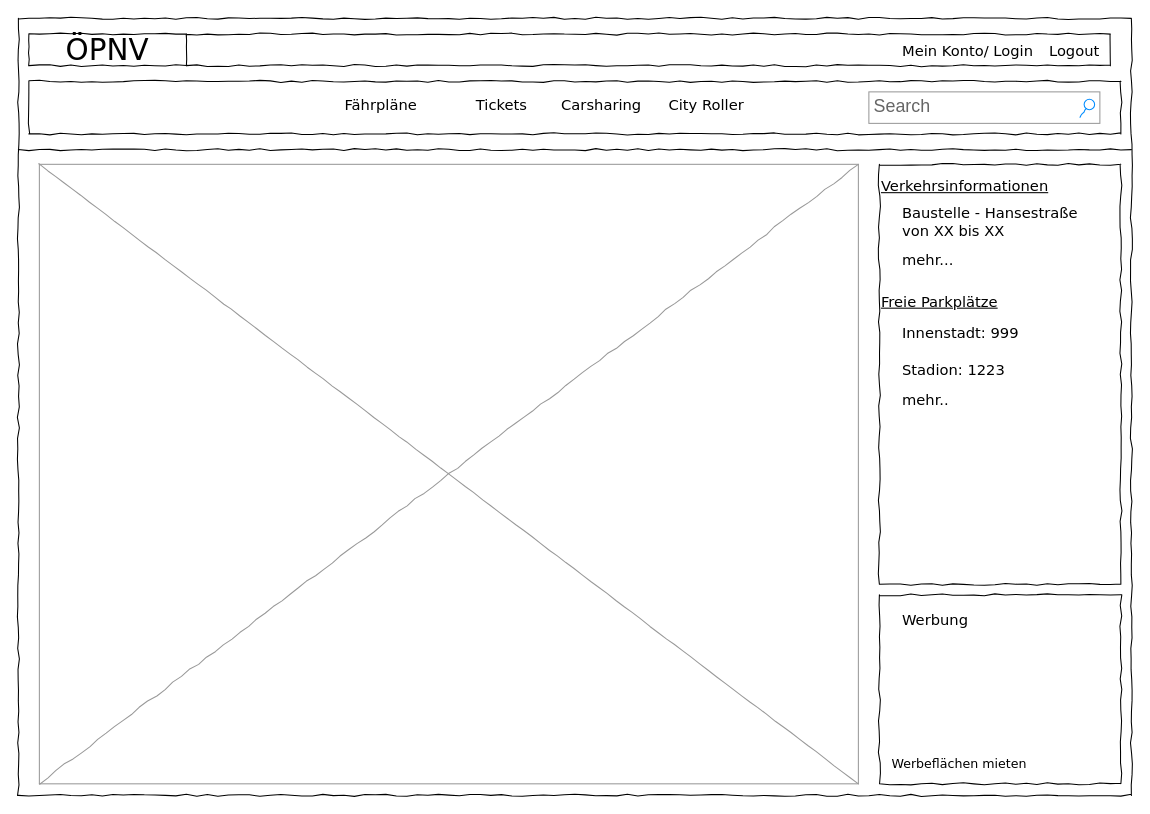
This is docs/alexander_bergmann/draw.io/mockups/startpage.drawio from SGSE-2020/Spezifikation, a draw.io file, before an edit. Source tidied: cells renumbered, new cells numbered last; positions are measured from the earlier drawing's top-left corner, leaving out a move shared by most shapes. Both pictures are drawn from the tidied source at 105%, with x=0, y=0 at pixel (18, 18).
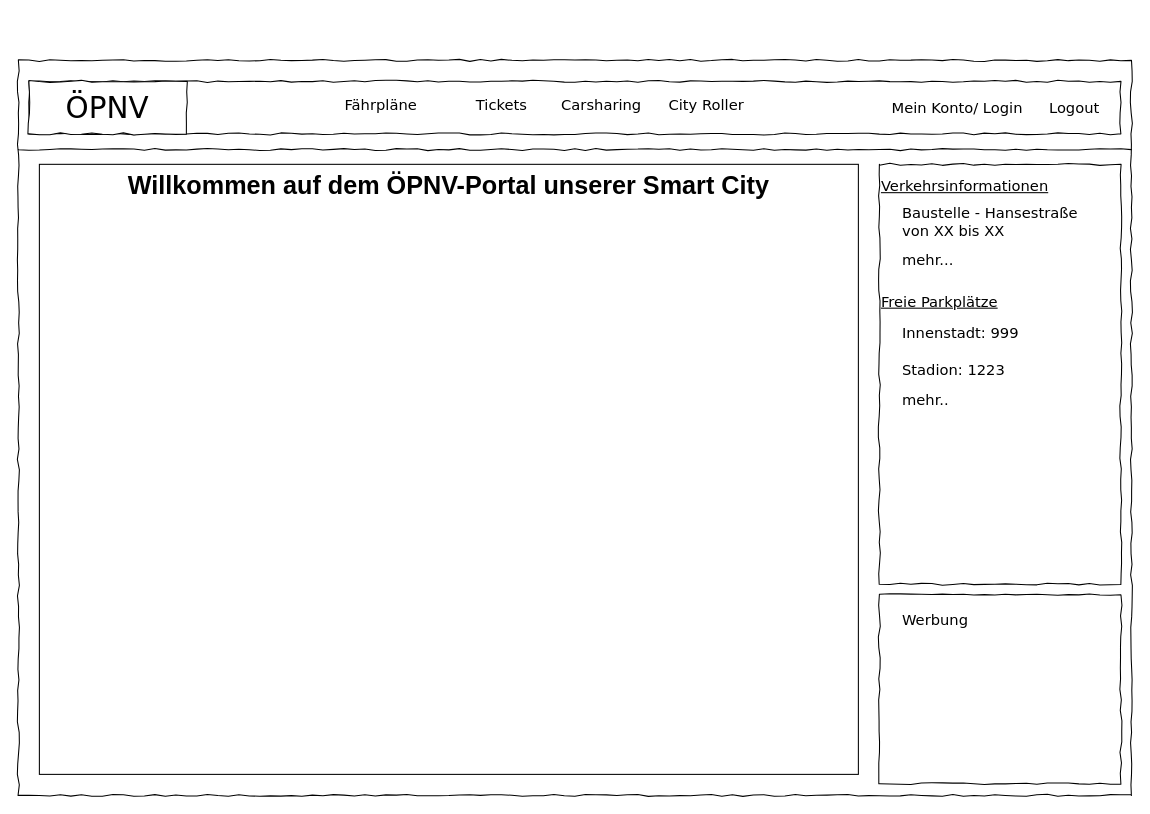
The same page after the edit.

What changed in the source:
```diff
@@
     <mxCell id="2" style="whiteSpace=wrap;html=1;rounded=0;shadow=0;labelBackgroundColor=none;strokeColor=#000000;strokeWidth=1;fillColor=none;fontFamily=Verdana;fontSize=12;fontColor=#000000;align=center;comic=1;" parent="1" vertex="1">
-      <mxGeometry width="1060" height="740" as="geometry" />
+      <mxGeometry y="40" width="1060" height="700" as="geometry" />
     </mxCell>
-    <mxCell id="3" style="whiteSpace=wrap;html=1;rounded=0;shadow=0;labelBackgroundColor=none;strokeWidth=1;fontFamily=Verdana;fontSize=28;align=center;comic=1;" parent="1" vertex="1">
-      <mxGeometry x="160" y="15" width="880" height="30" as="geometry" />
-    </mxCell>
@@
     <mxCell id="5" value="ÖPNV" style="whiteSpace=wrap;html=1;rounded=0;shadow=0;labelBackgroundColor=none;strokeWidth=1;fontFamily=Verdana;fontSize=28;align=center;comic=1;" parent="1" vertex="1">
-      <mxGeometry x="10" y="15" width="150" height="30" as="geometry" />
+      <mxGeometry x="10" y="60" width="150" height="50" as="geometry" />
     </mxCell>
-    <mxCell id="6" value="Search" style="strokeWidth=1;shadow=0;dashed=0;align=center;html=1;shape=mxgraph.mockup.forms.searchBox;strokeColor=#999999;mainText=;strokeColor2=#008cff;fontColor=#666666;fontSize=17;align=left;spacingLeft=3;rounded=0;labelBackgroundColor=none;comic=1;" parent="1" vertex="1">
-      <mxGeometry x="810" y="70" width="220" height="30" as="geometry" />
-    </mxCell>
     <mxCell id="7" value="Mein Konto/ Login" style="text;html=1;align=left;verticalAlign=top;spacingTop=-4;fontSize=14;fontFamily=Verdana;" parent="1" vertex="1">
-      <mxGeometry x="840" y="20" width="130" height="20" as="geometry" />
+      <mxGeometry x="830" y="75" width="130" height="20" as="geometry" />
     </mxCell>
     <mxCell id="8" value="Logout" style="text;html=1;align=left;verticalAlign=top;spacingTop=-4;fontSize=14;fontFamily=Verdana;" parent="1" vertex="1">
-      <mxGeometry x="980" y="20" width="60" height="20" as="geometry" />
+      <mxGeometry x="980" y="75" width="60" height="20" as="geometry" />
     </mxCell>
@@
-    <mxCell id="11" style="verticalLabelPosition=bottom;shadow=0;dashed=0;align=center;html=1;verticalAlign=top;strokeWidth=1;shape=mxgraph.mockup.graphics.simpleIcon;strokeColor=#999999;rounded=0;labelBackgroundColor=none;fontFamily=Verdana;fontSize=14;fontColor=#000000;comic=1;" parent="1" vertex="1">
-      <mxGeometry x="20" y="139" width="780" height="590" as="geometry" />
-    </mxCell>
@@
-    <mxCell id="25" value="Werbeflächen mieten" style="text;html=1;align=left;verticalAlign=top;spacingTop=-4;fontSize=12;fontFamily=Verdana;" parent="1" vertex="1">
-      <mxGeometry x="830" y="700" width="210" height="20" as="geometry" />
-    </mxCell>
+    <mxCell id="26" value="Willkommen auf dem ÖPNV-Portal unserer Smart City" style="rounded=0;whiteSpace=wrap;html=1;strokeColor=#000000;verticalAlign=top;fontSize=24;fontStyle=1;" parent="1" vertex="1">
+      <mxGeometry x="20" y="139" width="780" height="581" as="geometry" />
+    </mxCell>
```
